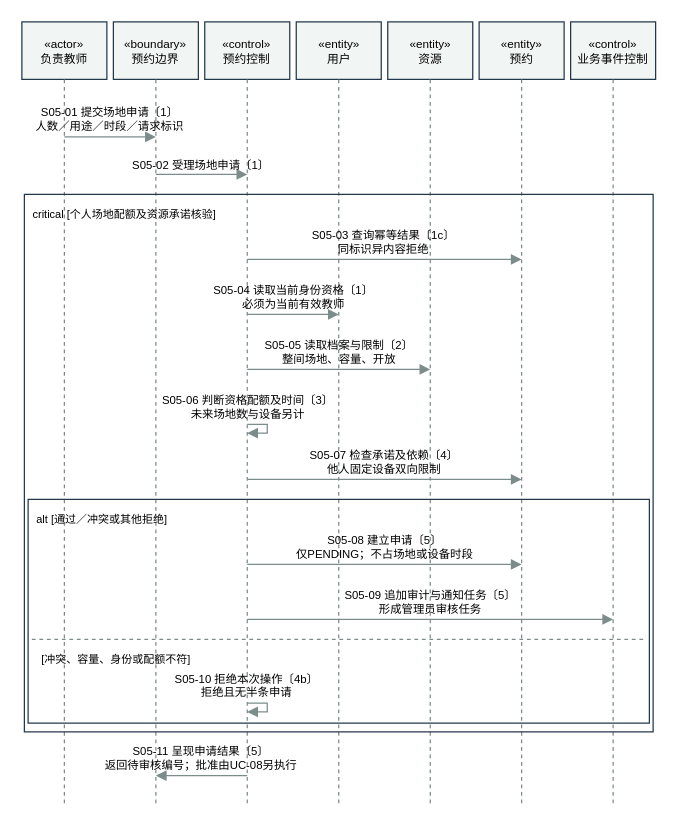
Earlier version of the draw.io diagram models/图形源文件/图5-5-场地申请内部协作序列图.drawio (yvming67-gif/campus-lab-equipment-manager). Source tidied: cells renumbered, new cells numbered last; positions are measured from the earlier drawing's top-left corner, leaving out a move shared by most shapes. Both pictures are drawn from the tidied source at 125%, with x=0, y=0 at pixel (21, 21).
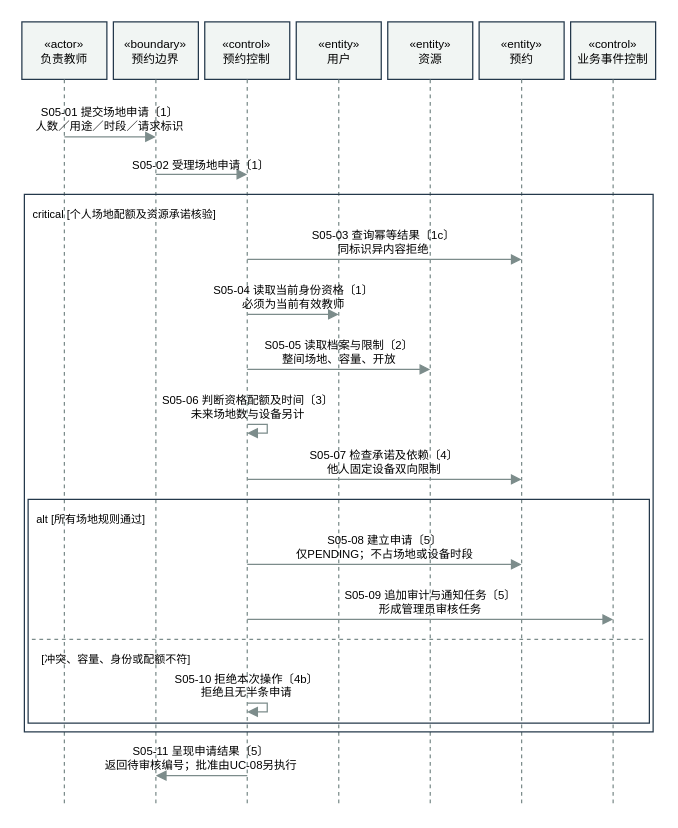
Above is the later version.

The edit, as a diff of the source:
```diff
@@
-    <mxCell id="17" value="alt [通过／冲突或其他拒绝]" style="text;whiteSpace=wrap;html=1;strokeColor=none;fillColor=none;fontFamily=Microsoft YaHei;fontSize=8.8;align=left;" parent="1" vertex="1">
-      <mxGeometry x="10" y="386.1" width="111.7" height="11.8" as="geometry" />
+    <mxCell id="17" value="alt [所有场地规则通过]" style="text;whiteSpace=wrap;html=1;strokeColor=none;fillColor=none;fontFamily=Microsoft YaHei;fontSize=8.8;align=left;" parent="1" vertex="1">
+      <mxGeometry x="10" y="386.1" width="94.3" height="11.8" as="geometry" />
     </mxCell>
```
